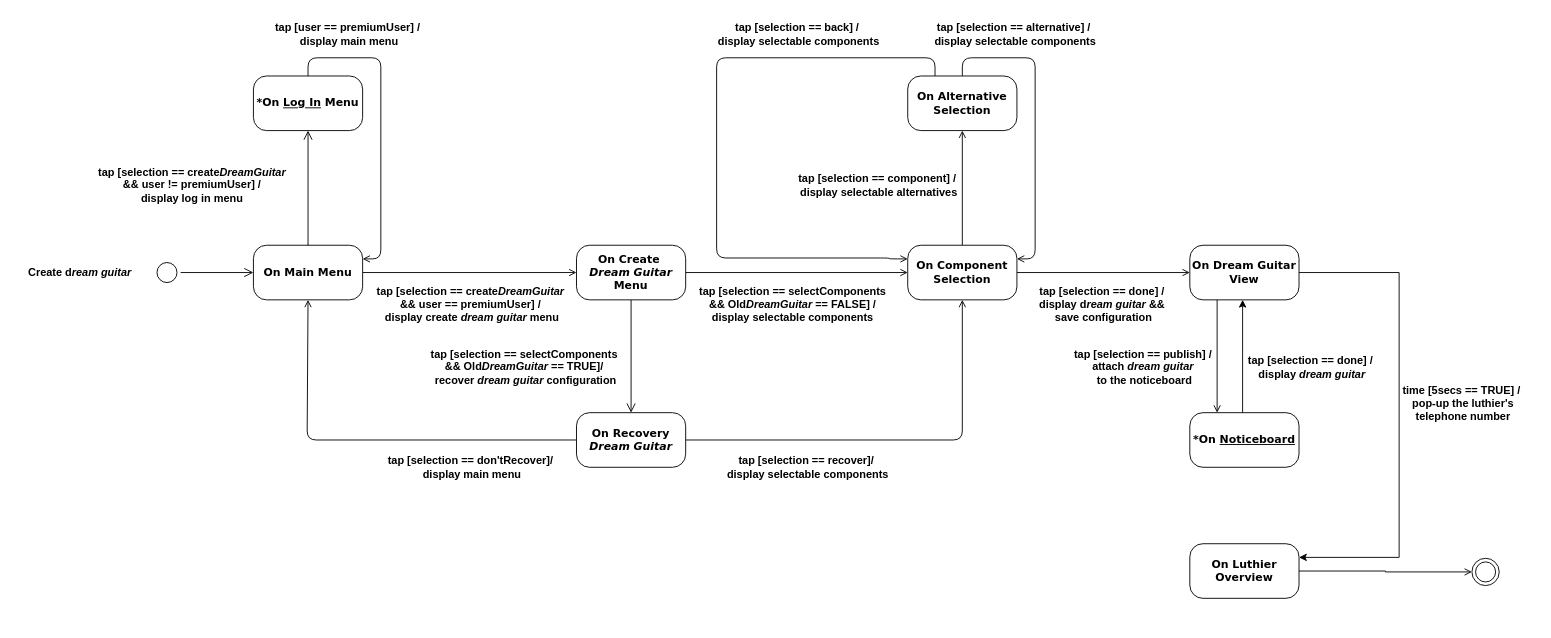
TizianoLilli/ISPW-Project keeps this draw.io diagram as diagrams/StateDiagramT.drawio. Above is the earlier version. Source tidied: cells renumbered, new cells numbered last; positions are measured from the earlier drawing's top-left corner, leaving out a move shared by most shapes. Both pictures are drawn from the tidied source at 91%, with x=0, y=0 at pixel (15, 15).
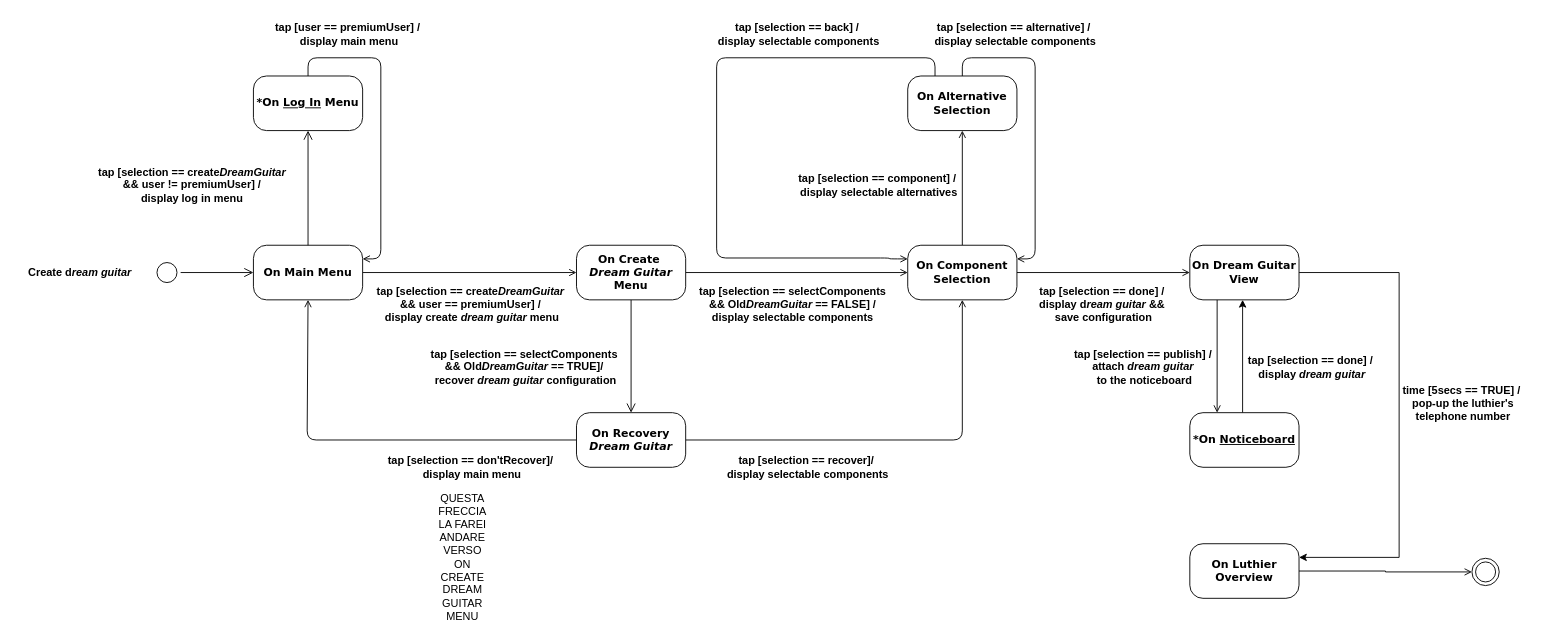
After the change.

Change to the diagram source:
```diff
@@
+    <mxCell id="44" value="QUESTA FRECCIA LA FAREI ANDARE VERSO ON CREATE DREAM GUITAR MENU" style="text;html=1;align=center;verticalAlign=middle;whiteSpace=wrap;rounded=0;" parent="1" vertex="1">
+      <mxGeometry x="461" y="580" width="60" height="30" as="geometry" />
+    </mxCell>
```
